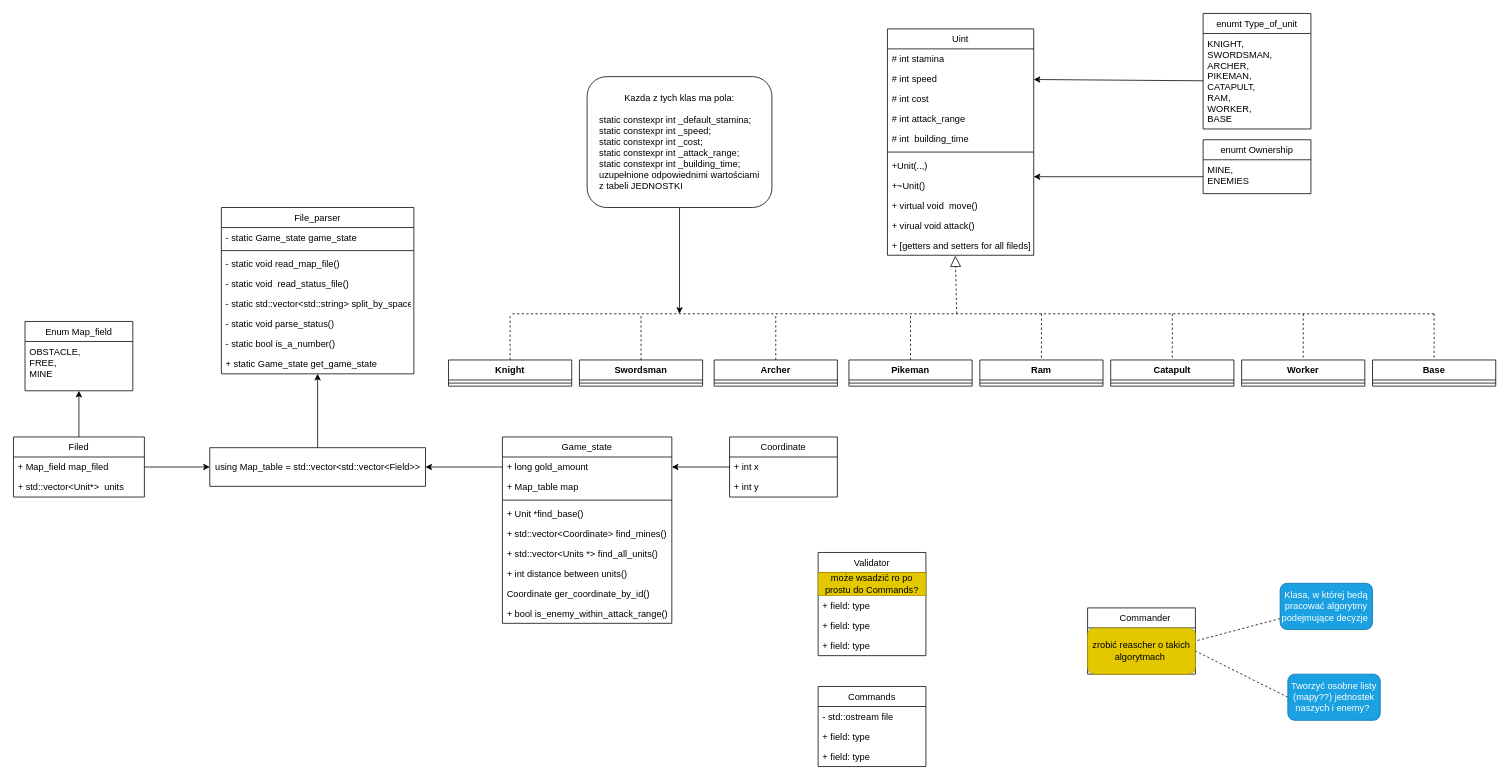
PartyKusZ/board_game keeps this draw.io diagram as diagram/diagram.drawio. Above is the earlier version. Source tidied: cells renumbered, new cells numbered last; positions are measured from the earlier drawing's top-left corner, leaving out a move shared by most shapes. Both pictures are drawn from the tidied source at 77%, with x=0, y=0 at pixel (13, 13).
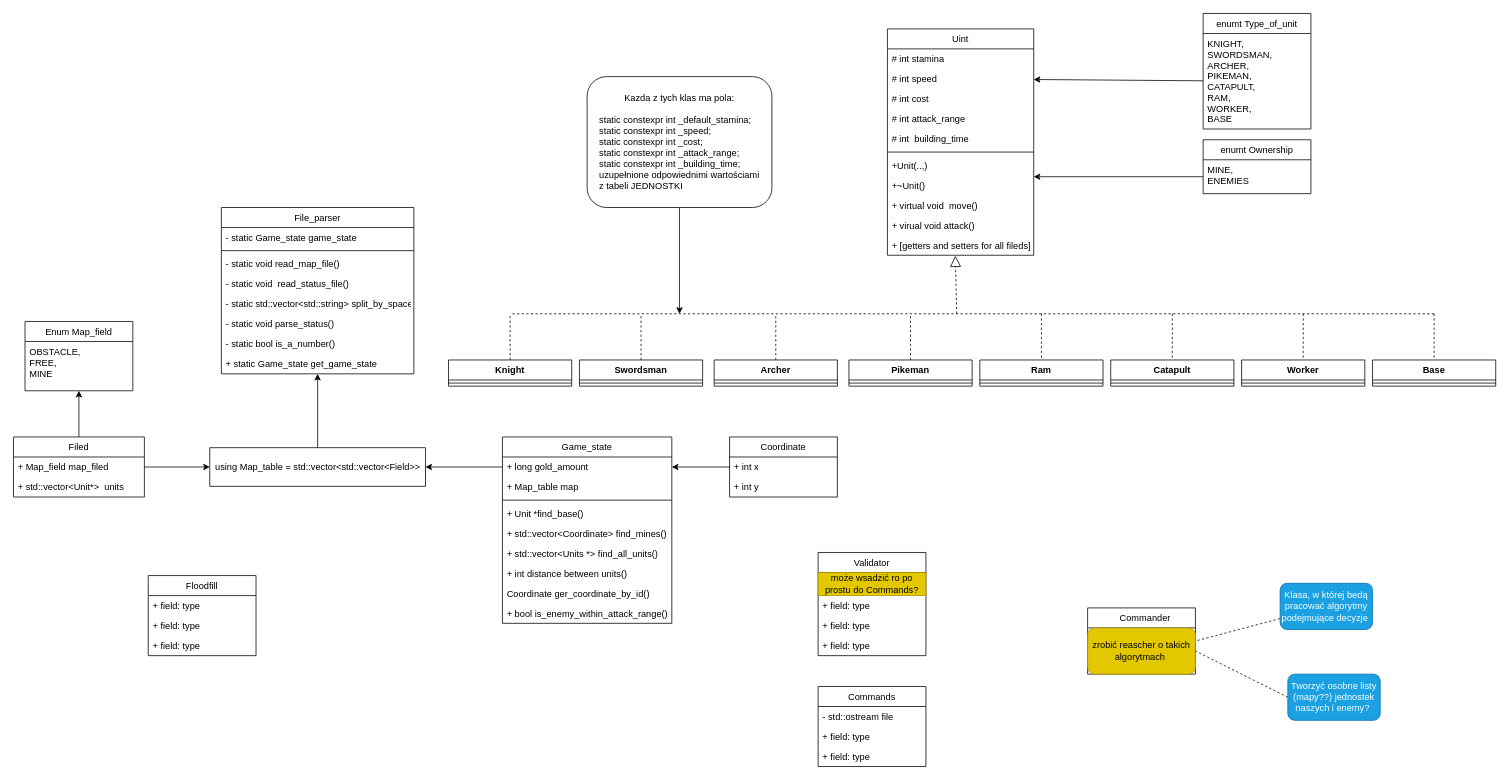
The same diagram, later.

Commit message (it also covers changes not shown here):
napisanie algorytmu floodfill i funkcji mu towrzyszących

Change to the diagram source:
```diff
@@
+    <mxCell id="97" value="Floodfill" style="swimlane;fontStyle=0;horizontal=1;startSize=26;fillColor=none;" parent="1" vertex="1">
+      <mxGeometry x="175" y="730" width="140" height="104" as="geometry" />
+    </mxCell>
+    <mxCell id="98" value="+ field: type" style="text;strokeColor=none;fillColor=none;align=left;verticalAlign=top;spacingLeft=4;spacingRight=4;overflow=hidden;" parent="97" vertex="1">
+      <mxGeometry y="26" width="140" height="26" as="geometry" />
+    </mxCell>
+    <mxCell id="99" value="+ field: type" style="text;strokeColor=none;fillColor=none;align=left;verticalAlign=top;spacingLeft=4;spacingRight=4;overflow=hidden;" parent="97" vertex="1">
+      <mxGeometry y="52" width="140" height="26" as="geometry" />
+    </mxCell>
+    <mxCell id="100" value="+ field: type" style="text;strokeColor=none;fillColor=none;align=left;verticalAlign=top;spacingLeft=4;spacingRight=4;overflow=hidden;" parent="97" vertex="1">
+      <mxGeometry y="78" width="140" height="26" as="geometry" />
+    </mxCell>
```
